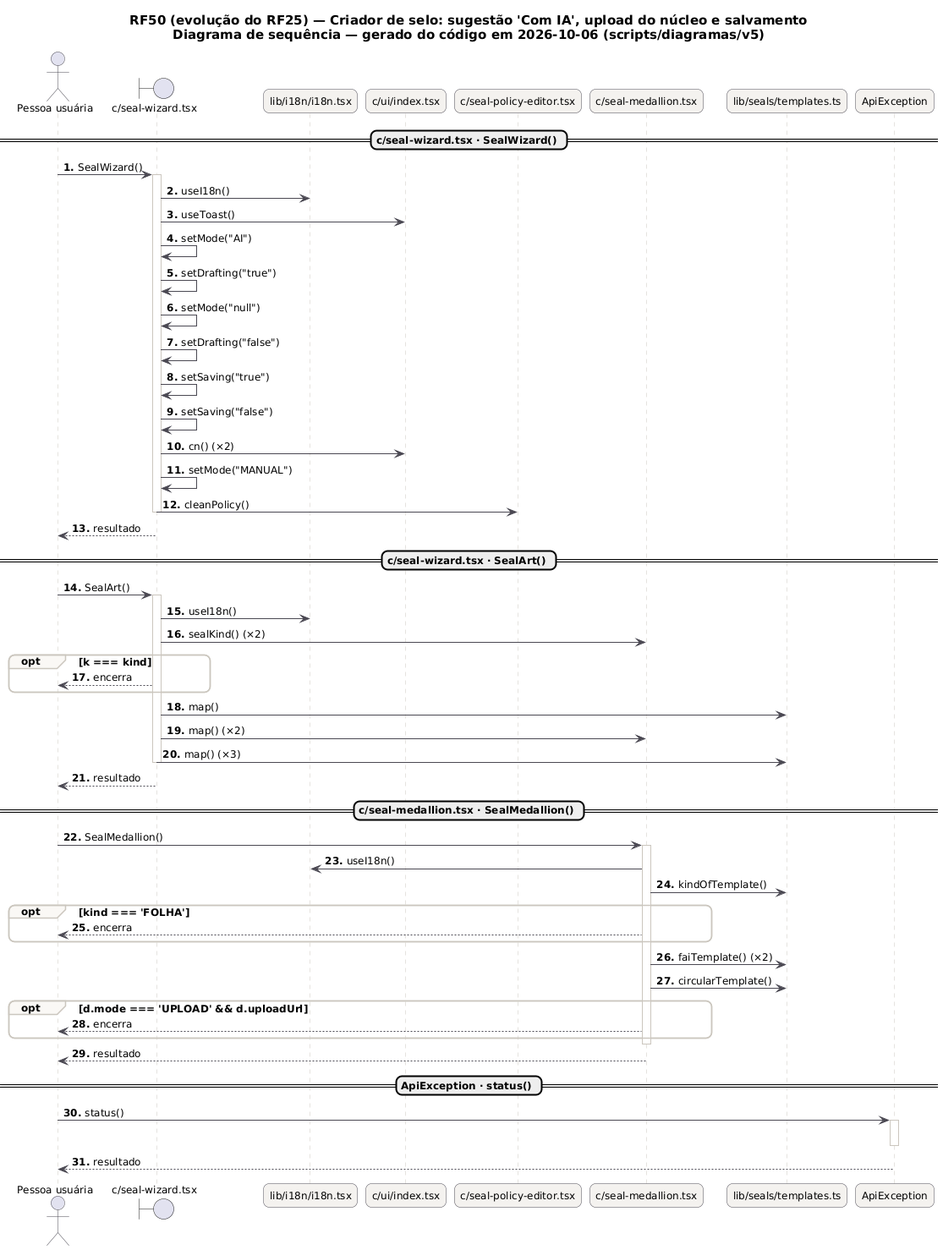
The PlantUML diagram docs/diagramas/RF50/criador-de-selos/RF50_Sequencia.png in MatheusHaliski/tcc-2026-fashion-ai-backend, before a commit.
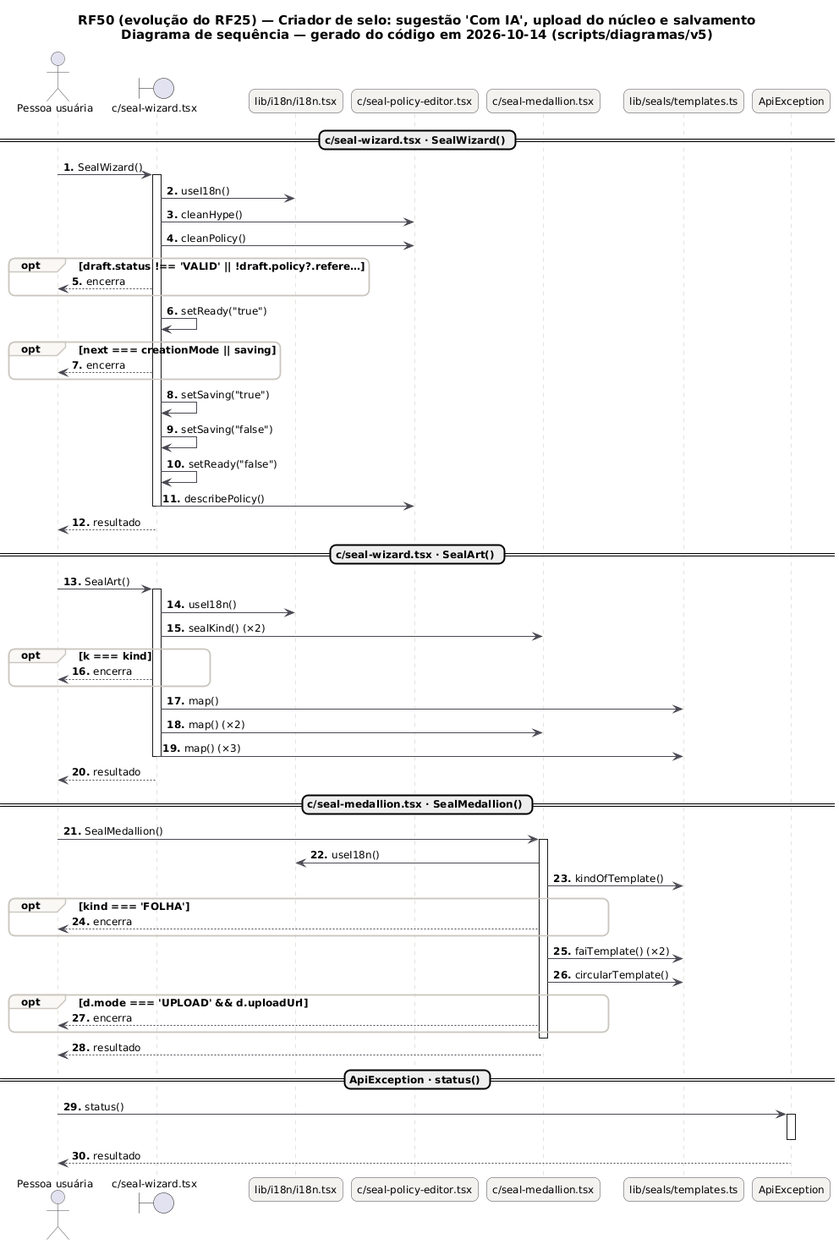
After the change.

Diff of the diagram source:
```diff
@@ -21,12 +21,11 @@
   GroupBackgroundColor #FAF8F5
 }
 autonumber "<b>0."
-title RF50 (evolução do RF25) — Criador de selo: sugestão 'Com IA', upload do núcleo e salvamento\nDiagrama de sequência — gerado do código em 2026-10-06 (scripts/diagramas/v5)
+title RF50 (evolução do RF25) — Criador de selo: sugestão 'Com IA', upload do núcleo e salvamento\nDiagrama de sequência — gerado do código em 2026-10-14 (scripts/diagramas/v5)
 
 actor "Pessoa usuária" as U
 boundary "c/seal-wizard.tsx" as c_seal_wizard_tsx
 participant "lib/i18n/i18n.tsx" as lib_i18n_i18n_tsx
-participant "c/ui/index.tsx" as c_ui_index_tsx
 participant "c/seal-policy-editor.tsx" as c_seal_policy_editor_tsx
 participant "c/seal-medallion.tsx" as c_seal_medallion_tsx
 participant "lib/seals/templates.ts" as lib_seals_templates_ts
@@ -35,16 +34,19 @@
 U -> c_seal_wizard_tsx : SealWizard()
 activate c_seal_wizard_tsx
 c_seal_wizard_tsx -> lib_i18n_i18n_tsx : useI18n()
-c_seal_wizard_tsx -> c_ui_index_tsx : useToast()
-c_seal_wizard_tsx -> c_seal_wizard_tsx : setMode("AI")
-c_seal_wizard_tsx -> c_seal_wizard_tsx : setDrafting("true")
-c_seal_wizard_tsx -> c_seal_wizard_tsx : setMode("null")
-c_seal_wizard_tsx -> c_seal_wizard_tsx : setDrafting("false")
+c_seal_wizard_tsx -> c_seal_policy_editor_tsx : cleanHype()
+c_seal_wizard_tsx -> c_seal_policy_editor_tsx : cleanPolicy()
+opt draft.status !== 'VALID' || !draft.policy?.refere…
+c_seal_wizard_tsx --> U : encerra
+end
+c_seal_wizard_tsx -> c_seal_wizard_tsx : setReady("true")
+opt next === creationMode || saving
+c_seal_wizard_tsx --> U : encerra
+end
 c_seal_wizard_tsx -> c_seal_wizard_tsx : setSaving("true")
 c_seal_wizard_tsx -> c_seal_wizard_tsx : setSaving("false")
-c_seal_wizard_tsx -> c_ui_index_tsx : cn() (×2)
-c_seal_wizard_tsx -> c_seal_wizard_tsx : setMode("MANUAL")
-c_seal_wizard_tsx -> c_seal_policy_editor_tsx : cleanPolicy()
+c_seal_wizard_tsx -> c_seal_wizard_tsx : setReady("false")
+c_seal_wizard_tsx -> c_seal_policy_editor_tsx : describePolicy()
 deactivate c_seal_wizard_tsx
 c_seal_wizard_tsx --> U : resultado
 == c/seal-wizard.tsx · SealArt() ==
```
